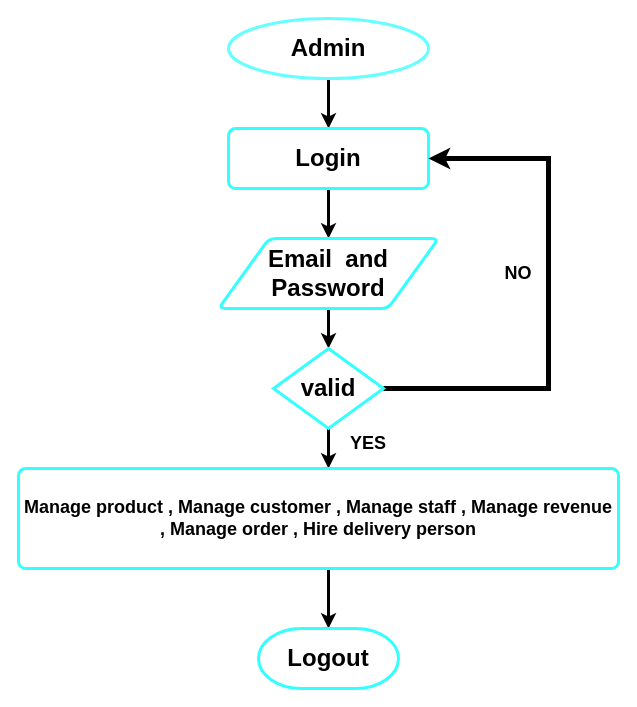
The draw.io diagram admin flow diagram.drawio in prashanta1542/default, before the edit. Source tidied: cells renumbered, new cells numbered last; positions are measured from the earlier drawing's top-left corner, leaving out a move shared by most shapes. Both pictures are drawn from the tidied source at 100%, with x=0, y=0 at pixel (18, 18).
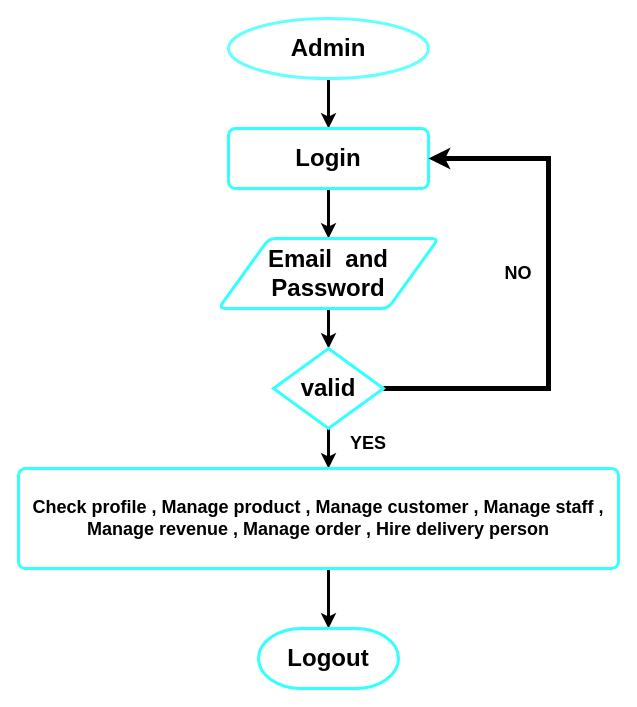
Above is the later version.

The edit, as a diff of the source:
```diff
@@
-    <mxCell id="12" value="&lt;h2&gt;Manage product , Manage customer , Manage staff , Manage revenue , Manage order , Hire delivery person&lt;/h2&gt;" style="rounded=1;whiteSpace=wrap;html=1;absoluteArcSize=1;arcSize=14;strokeWidth=3;strokeColor=#33FFFF;" parent="1" vertex="1">
+    <mxCell id="12" value="&lt;h2&gt;Check profile , Manage product , Manage customer , Manage staff , Manage revenue , Manage order , Hire delivery person&lt;/h2&gt;" style="rounded=1;whiteSpace=wrap;html=1;absoluteArcSize=1;arcSize=14;strokeWidth=3;strokeColor=#33FFFF;" parent="1" vertex="1">
       <mxGeometry y="450" width="600" height="100" as="geometry" />
     </mxCell>
```
